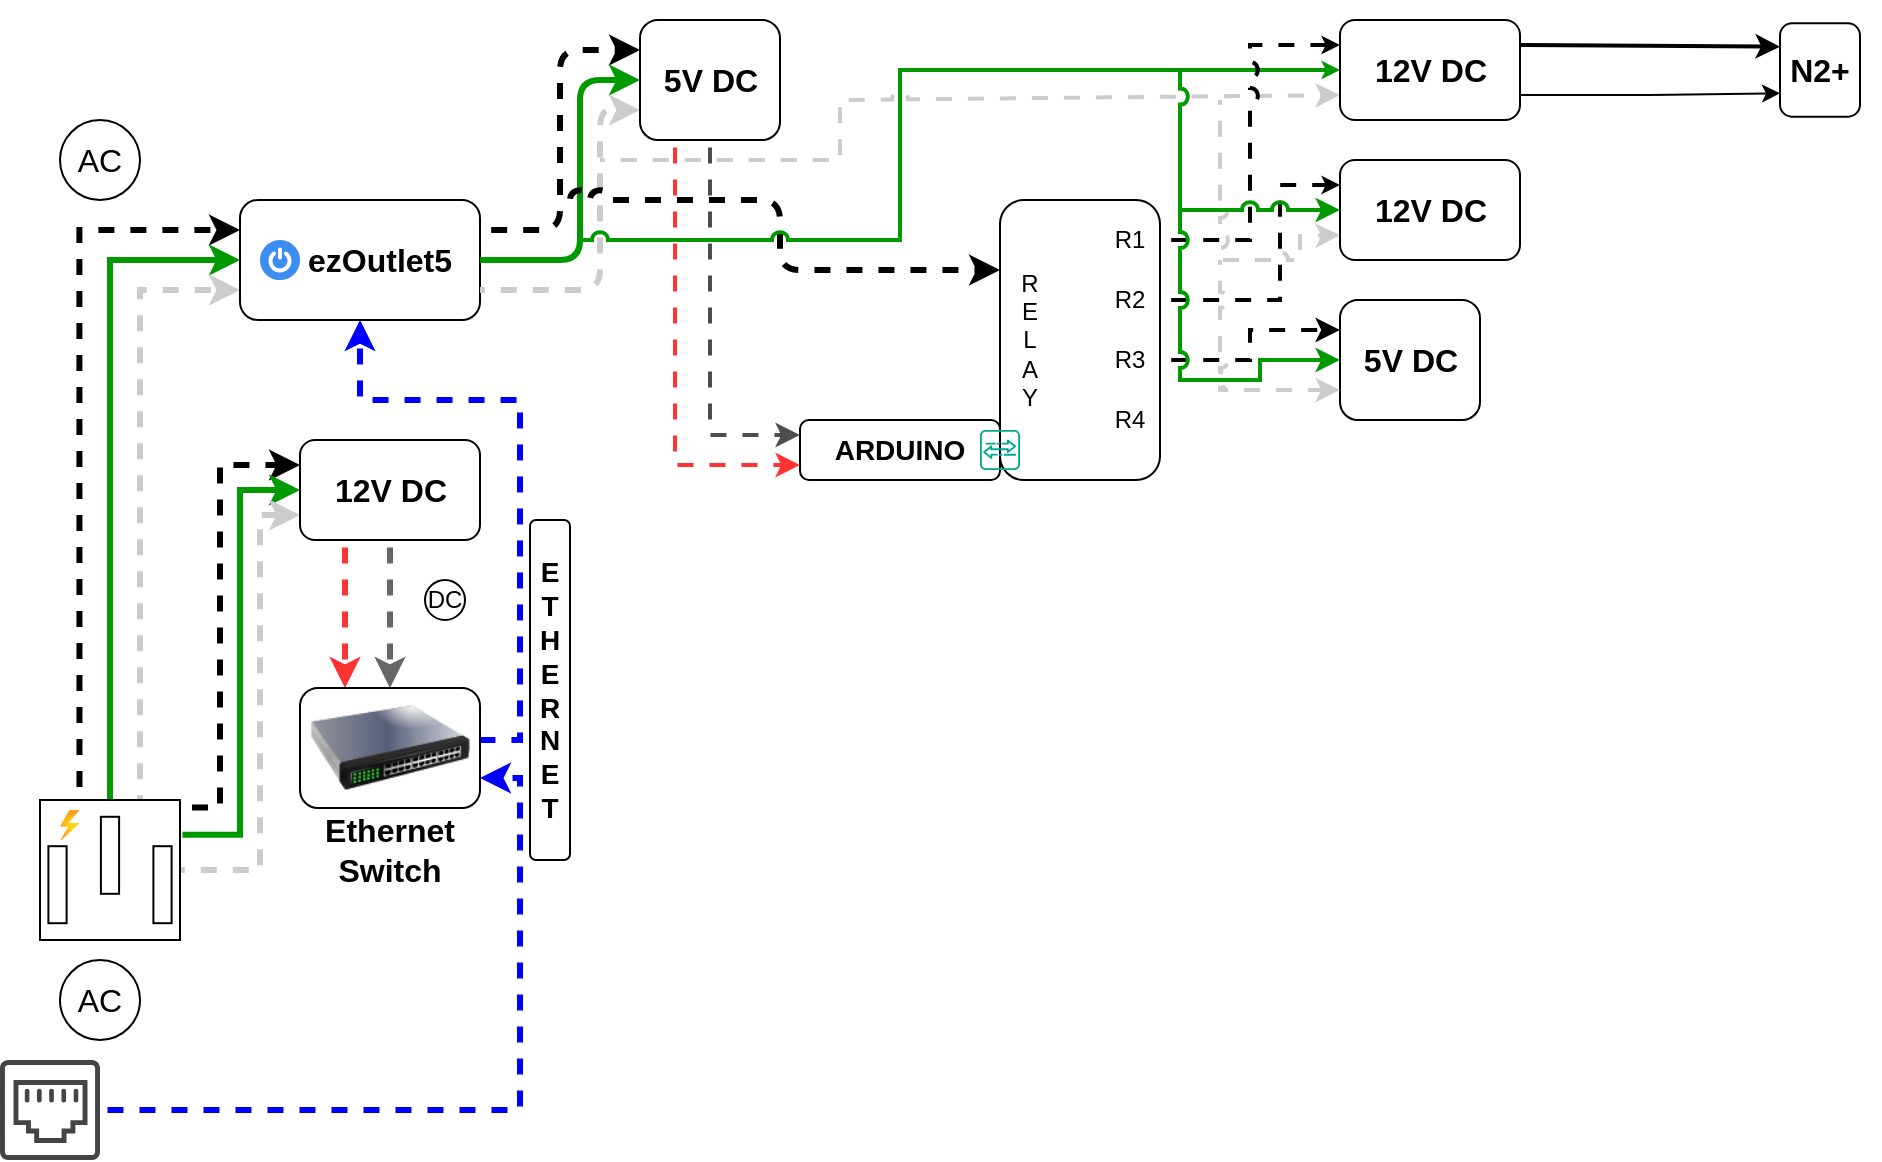
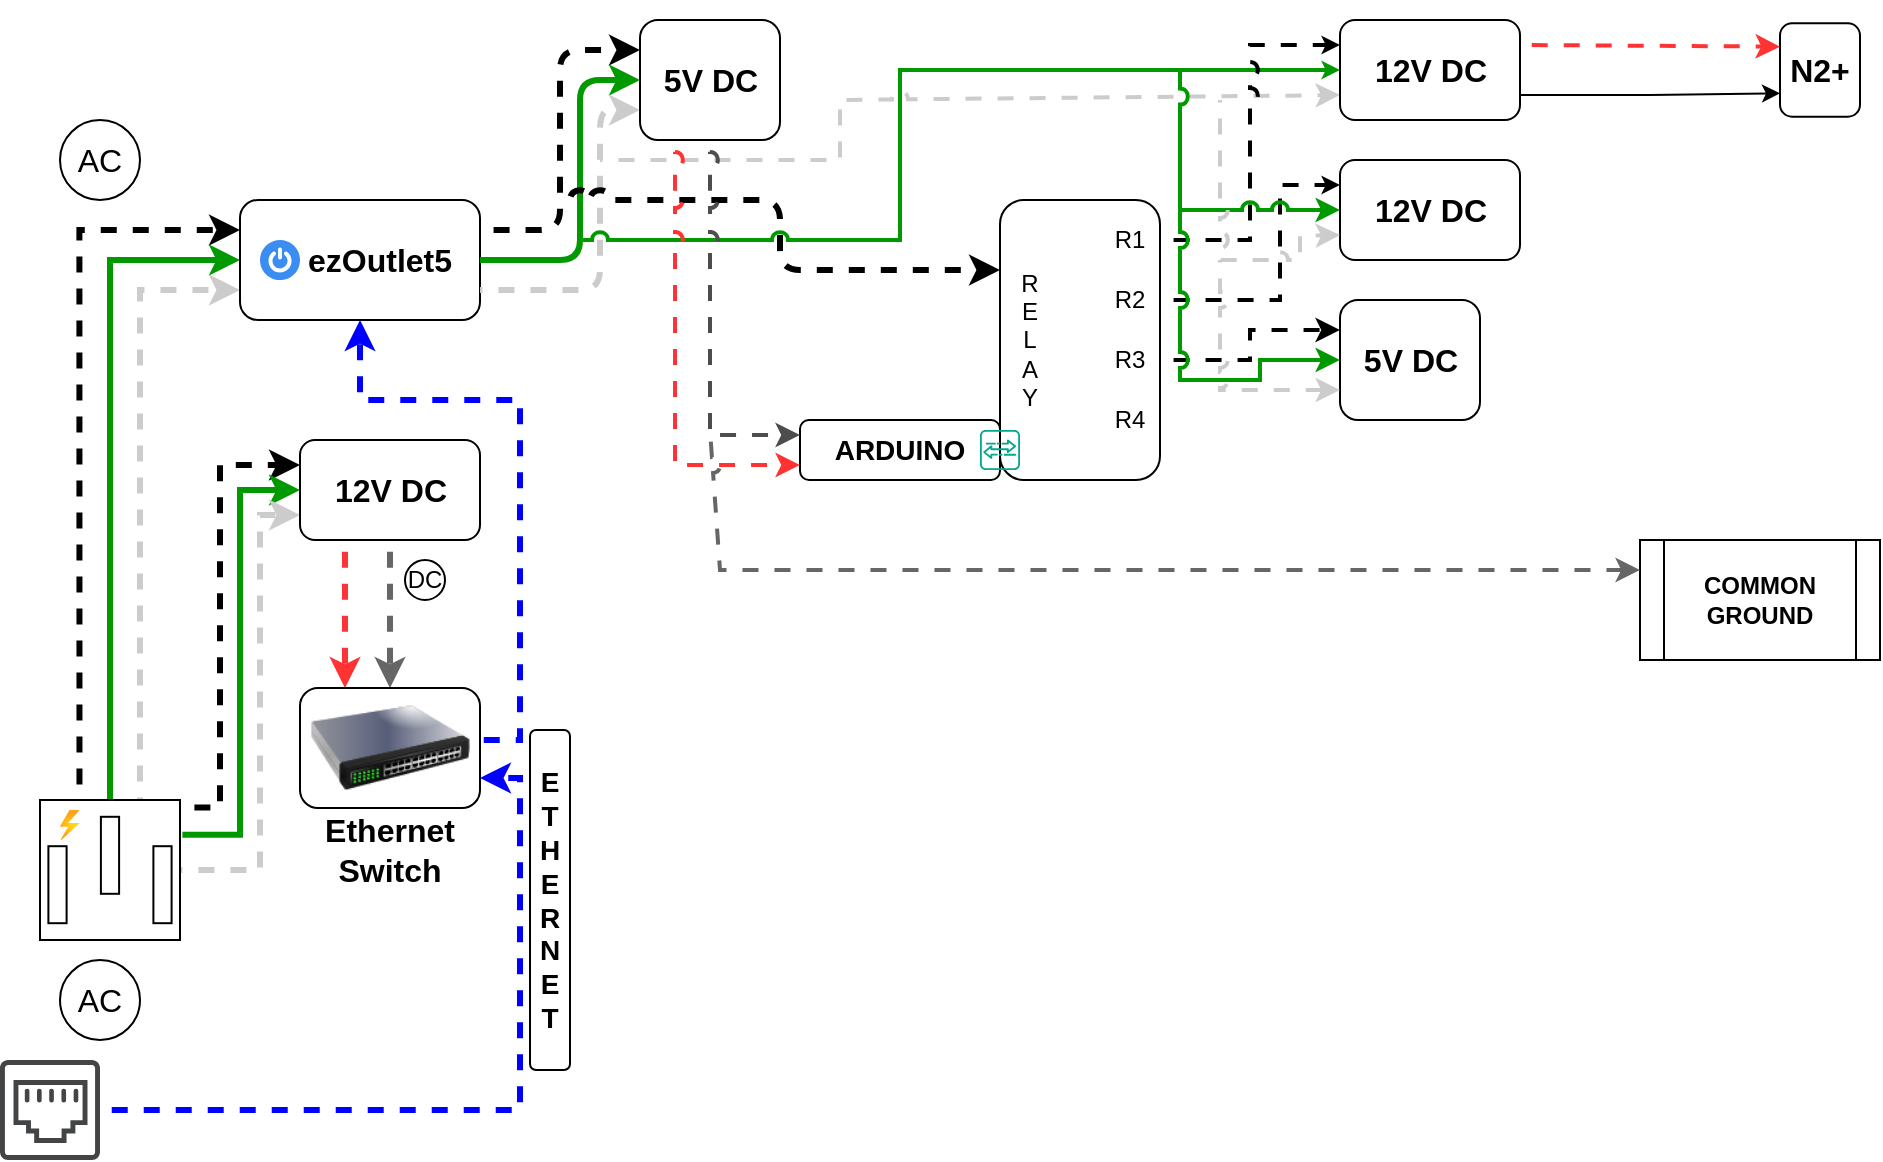
<mxfile host="app.diagrams.net" agent="Mozilla/5.0 (Windows NT 10.0; Win64; x64) AppleWebKit/537.36 (KHTML, like Gecko) Chrome/131.0.0.0 Safari/537.36 Edg/131.0.0.0" version="25.0.3">
  <diagram name="Page-1" id="VlRkN-xOVygPYa-iD9Ir">
-     <mxGraphModel dx="500" dy="313" grid="1" gridSize="10" guides="1" tooltips="1" connect="1" arrows="1" fold="1" page="1" pageScale="1" pageWidth="1600" pageHeight="900" background="none" math="0" shadow="0">
+     <mxGraphModel dx="724" dy="454" grid="1" gridSize="10" guides="1" tooltips="1" connect="1" arrows="1" fold="1" page="1" pageScale="1" pageWidth="1600" pageHeight="900" background="none" math="0" shadow="0">
      <root>
        <mxCell id="0" />
        <mxCell id="1" parent="0" />
        <mxCell id="JVLtuT8sySUBbFbLTn6r-3" style="edgeStyle=orthogonalEdgeStyle;rounded=0;orthogonalLoop=1;jettySize=auto;html=1;entryX=0;entryY=0.25;entryDx=0;entryDy=0;exitX=0.282;exitY=-0.013;exitDx=0;exitDy=0;exitPerimeter=0;strokeWidth=3;flowAnimation=1;flowAnimationDirection=alternate;flowAnimationTimingFunction=ease-in-out;flowAnimationDuration=1500;" parent="1" source="pD8juBFKP1GN8B8eYQTb-1" target="pD8juBFKP1GN8B8eYQTb-3" edge="1">
          <mxGeometry relative="1" as="geometry" />
        </mxCell>
        <mxCell id="JVLtuT8sySUBbFbLTn6r-4" style="edgeStyle=orthogonalEdgeStyle;rounded=0;orthogonalLoop=1;jettySize=auto;html=1;exitX=0.5;exitY=0;exitDx=0;exitDy=0;exitPerimeter=0;entryX=0;entryY=0.5;entryDx=0;entryDy=0;strokeColor=#009900;strokeWidth=3;" parent="1" source="pD8juBFKP1GN8B8eYQTb-1" target="pD8juBFKP1GN8B8eYQTb-3" edge="1">
          <mxGeometry relative="1" as="geometry" />
        </mxCell>
        <mxCell id="JVLtuT8sySUBbFbLTn6r-5" style="edgeStyle=orthogonalEdgeStyle;rounded=0;orthogonalLoop=1;jettySize=auto;html=1;entryX=0;entryY=0.75;entryDx=0;entryDy=0;exitX=0.714;exitY=0;exitDx=0;exitDy=0;exitPerimeter=0;strokeWidth=3;strokeColor=#CCCCCC;flowAnimation=1;flowAnimationDirection=alternate-reverse;flowAnimationTimingFunction=ease-in-out;flowAnimationDuration=1500;" parent="1" source="pD8juBFKP1GN8B8eYQTb-1" target="pD8juBFKP1GN8B8eYQTb-3" edge="1">
          <mxGeometry relative="1" as="geometry">
            <mxPoint x="120" y="320" as="targetPoint" />
          </mxGeometry>
        </mxCell>
        <mxCell id="JVLtuT8sySUBbFbLTn6r-6" style="edgeStyle=orthogonalEdgeStyle;rounded=0;orthogonalLoop=1;jettySize=auto;html=1;entryX=0;entryY=0.25;entryDx=0;entryDy=0;exitX=1.006;exitY=0.054;exitDx=0;exitDy=0;exitPerimeter=0;strokeWidth=3;flowAnimation=1;flowAnimationDirection=alternate;flowAnimationTimingFunction=ease-in-out;flowAnimationDuration=1500;" parent="1" source="pD8juBFKP1GN8B8eYQTb-1" target="pD8juBFKP1GN8B8eYQTb-24" edge="1">
          <mxGeometry relative="1" as="geometry">
            <Array as="points">
              <mxPoint x="120" y="404" />
              <mxPoint x="120" y="233" />
            </Array>
          </mxGeometry>
        </mxCell>
        <mxCell id="JVLtuT8sySUBbFbLTn6r-7" style="edgeStyle=orthogonalEdgeStyle;rounded=0;orthogonalLoop=1;jettySize=auto;html=1;entryX=0;entryY=0.5;entryDx=0;entryDy=0;exitX=1.017;exitY=0.249;exitDx=0;exitDy=0;exitPerimeter=0;strokeWidth=3;strokeColor=#009900;" parent="1" source="pD8juBFKP1GN8B8eYQTb-1" target="pD8juBFKP1GN8B8eYQTb-24" edge="1">
          <mxGeometry relative="1" as="geometry" />
        </mxCell>
        <mxCell id="JVLtuT8sySUBbFbLTn6r-8" style="edgeStyle=orthogonalEdgeStyle;rounded=0;orthogonalLoop=1;jettySize=auto;html=1;entryX=0;entryY=0.75;entryDx=0;entryDy=0;strokeColor=#CCCCCC;strokeWidth=3;flowAnimation=1;flowAnimationDirection=alternate-reverse;flowAnimationTimingFunction=ease-in-out;flowAnimationDuration=1500;" parent="1" source="pD8juBFKP1GN8B8eYQTb-1" target="pD8juBFKP1GN8B8eYQTb-24" edge="1">
          <mxGeometry relative="1" as="geometry">
            <Array as="points">
              <mxPoint x="140" y="435" />
              <mxPoint x="140" y="258" />
            </Array>
          </mxGeometry>
        </mxCell>
        <mxCell id="JVLtuT8sySUBbFbLTn6r-1" value="" style="group" parent="1" vertex="1" connectable="0">
          <mxGeometry x="30" y="480" width="60" height="40" as="geometry" />
        </mxCell>
        <mxCell id="pD8juBFKP1GN8B8eYQTb-22" value="AC" style="text;html=1;align=center;verticalAlign=middle;whiteSpace=wrap;rounded=0;fontSize=16;" parent="JVLtuT8sySUBbFbLTn6r-1" vertex="1">
          <mxGeometry y="5" width="60" height="30" as="geometry" />
        </mxCell>
        <mxCell id="pD8juBFKP1GN8B8eYQTb-23" value="" style="ellipse;whiteSpace=wrap;html=1;fillColor=none;" parent="JVLtuT8sySUBbFbLTn6r-1" vertex="1">
          <mxGeometry x="10" width="40" height="40" as="geometry" />
        </mxCell>
        <mxCell id="JVLtuT8sySUBbFbLTn6r-2" value="" style="group" parent="1" vertex="1" connectable="0">
          <mxGeometry x="30" y="60" width="60" height="40" as="geometry" />
        </mxCell>
        <mxCell id="pD8juBFKP1GN8B8eYQTb-9" value="" style="ellipse;whiteSpace=wrap;html=1;fillColor=none;" parent="JVLtuT8sySUBbFbLTn6r-2" vertex="1">
          <mxGeometry x="10" width="40" height="40" as="geometry" />
        </mxCell>
        <mxCell id="pD8juBFKP1GN8B8eYQTb-11" value="AC" style="text;html=1;align=center;verticalAlign=middle;whiteSpace=wrap;rounded=0;fontSize=16;" parent="JVLtuT8sySUBbFbLTn6r-2" vertex="1">
          <mxGeometry y="5" width="60" height="30" as="geometry" />
        </mxCell>
        <mxCell id="JVLtuT8sySUBbFbLTn6r-9" value="" style="group" parent="1" vertex="1" connectable="0">
          <mxGeometry x="130" y="100" width="120" height="60" as="geometry" />
        </mxCell>
        <mxCell id="JVLtuT8sySUBbFbLTn6r-16" value="" style="group" parent="JVLtuT8sySUBbFbLTn6r-9" vertex="1" connectable="0">
          <mxGeometry width="120" height="60" as="geometry" />
        </mxCell>
        <mxCell id="pD8juBFKP1GN8B8eYQTb-3" value="" style="rounded=1;whiteSpace=wrap;html=1;" parent="JVLtuT8sySUBbFbLTn6r-16" vertex="1">
          <mxGeometry width="120" height="60" as="geometry" />
        </mxCell>
        <mxCell id="JVLtuT8sySUBbFbLTn6r-13" value="" style="sketch=0;html=1;aspect=fixed;strokeColor=none;shadow=0;fillColor=#3B8DF1;verticalAlign=top;labelPosition=center;verticalLabelPosition=bottom;shape=mxgraph.gcp2.a7_power" parent="JVLtuT8sySUBbFbLTn6r-16" vertex="1">
          <mxGeometry x="10" y="20" width="20" height="20" as="geometry" />
        </mxCell>
        <mxCell id="pD8juBFKP1GN8B8eYQTb-15" value="&lt;b&gt;ezOutlet5&lt;/b&gt;" style="text;html=1;align=center;verticalAlign=middle;whiteSpace=wrap;rounded=0;fontSize=16;" parent="JVLtuT8sySUBbFbLTn6r-16" vertex="1">
          <mxGeometry x="40" y="10" width="60" height="40" as="geometry" />
        </mxCell>
        <mxCell id="JVLtuT8sySUBbFbLTn6r-11" value="" style="group" parent="1" vertex="1" connectable="0">
          <mxGeometry x="160" y="220" width="90" height="50" as="geometry" />
        </mxCell>
        <mxCell id="JVLtuT8sySUBbFbLTn6r-72" value="" style="group" parent="JVLtuT8sySUBbFbLTn6r-11" vertex="1" connectable="0">
          <mxGeometry width="90" height="50" as="geometry" />
        </mxCell>
        <mxCell id="pD8juBFKP1GN8B8eYQTb-24" value="" style="rounded=1;whiteSpace=wrap;html=1;" parent="JVLtuT8sySUBbFbLTn6r-72" vertex="1">
          <mxGeometry width="90" height="50" as="geometry" />
        </mxCell>
        <mxCell id="JVLtuT8sySUBbFbLTn6r-10" value="&lt;font style=&quot;font-size: 16px;&quot;&gt;&lt;b&gt;12V DC&lt;/b&gt;&lt;/font&gt;" style="text;html=1;align=center;verticalAlign=middle;whiteSpace=wrap;rounded=0;" parent="JVLtuT8sySUBbFbLTn6r-72" vertex="1">
          <mxGeometry x="15.75" y="10" width="58.5" height="30" as="geometry" />
        </mxCell>
        <mxCell id="JVLtuT8sySUBbFbLTn6r-18" value="" style="group" parent="1" vertex="1" connectable="0">
          <mxGeometry x="30" y="400" width="70" height="70" as="geometry" />
        </mxCell>
        <mxCell id="pD8juBFKP1GN8B8eYQTb-1" value="" style="pointerEvents=1;verticalLabelPosition=bottom;shadow=0;dashed=0;align=center;html=1;verticalAlign=top;shape=mxgraph.electrical.miscellaneous.ac_out" parent="JVLtuT8sySUBbFbLTn6r-18" vertex="1">
          <mxGeometry width="70" height="70" as="geometry" />
        </mxCell>
        <mxCell id="JVLtuT8sySUBbFbLTn6r-12" value="" style="image;aspect=fixed;html=1;points=[];align=center;fontSize=12;image=img/lib/azure2/general/Power.svg;" parent="JVLtuT8sySUBbFbLTn6r-18" vertex="1">
          <mxGeometry x="10" y="5" width="9.72" height="15" as="geometry" />
        </mxCell>
        <mxCell id="JVLtuT8sySUBbFbLTn6r-23" style="edgeStyle=orthogonalEdgeStyle;rounded=0;orthogonalLoop=1;jettySize=auto;html=1;entryX=0.25;entryY=0;entryDx=0;entryDy=0;exitX=0.25;exitY=1;exitDx=0;exitDy=0;strokeColor=#FF3333;strokeWidth=3;flowAnimation=1;" parent="1" source="pD8juBFKP1GN8B8eYQTb-24" target="JVLtuT8sySUBbFbLTn6r-19" edge="1">
          <mxGeometry relative="1" as="geometry" />
        </mxCell>
        <mxCell id="JVLtuT8sySUBbFbLTn6r-28" value="" style="group" parent="1" vertex="1" connectable="0">
-           <mxGeometry x="220" y="290" width="25" height="20" as="geometry" />
+           <mxGeometry x="210" y="280" width="25" height="20" as="geometry" />
        </mxCell>
        <mxCell id="JVLtuT8sySUBbFbLTn6r-26" value="" style="ellipse;whiteSpace=wrap;html=1;aspect=fixed;" parent="JVLtuT8sySUBbFbLTn6r-28" vertex="1">
          <mxGeometry x="2.5" width="20" height="20" as="geometry" />
        </mxCell>
        <mxCell id="JVLtuT8sySUBbFbLTn6r-27" value="&lt;font&gt;DC&lt;/font&gt;" style="text;html=1;align=center;verticalAlign=middle;whiteSpace=wrap;rounded=0;" parent="JVLtuT8sySUBbFbLTn6r-28" vertex="1">
          <mxGeometry y="2.5" width="25" height="15" as="geometry" />
        </mxCell>
        <mxCell id="JVLtuT8sySUBbFbLTn6r-29" style="edgeStyle=orthogonalEdgeStyle;rounded=0;orthogonalLoop=1;jettySize=auto;html=1;exitX=0.5;exitY=1;exitDx=0;exitDy=0;entryX=0.5;entryY=0;entryDx=0;entryDy=0;strokeWidth=3;flowAnimation=1;strokeColor=#666666;" parent="1" source="pD8juBFKP1GN8B8eYQTb-24" target="JVLtuT8sySUBbFbLTn6r-19" edge="1">
          <mxGeometry relative="1" as="geometry" />
        </mxCell>
        <mxCell id="JVLtuT8sySUBbFbLTn6r-30" style="edgeStyle=orthogonalEdgeStyle;rounded=0;orthogonalLoop=1;jettySize=auto;html=1;exitX=1;exitY=0.5;exitDx=0;exitDy=0;entryX=0.5;entryY=1;entryDx=0;entryDy=0;strokeColor=#0000FF;strokeWidth=3;flowAnimation=1;" parent="1" source="JVLtuT8sySUBbFbLTn6r-19" target="pD8juBFKP1GN8B8eYQTb-3" edge="1">
          <mxGeometry relative="1" as="geometry">
            <Array as="points">
              <mxPoint x="270" y="370" />
              <mxPoint x="270" y="200" />
              <mxPoint x="190" y="200" />
            </Array>
          </mxGeometry>
        </mxCell>
        <mxCell id="JVLtuT8sySUBbFbLTn6r-33" value="" style="rounded=1;whiteSpace=wrap;html=1;" parent="1" vertex="1">
          <mxGeometry x="510" y="100" width="80" height="140" as="geometry" />
        </mxCell>
        <mxCell id="JVLtuT8sySUBbFbLTn6r-35" style="edgeStyle=orthogonalEdgeStyle;rounded=1;orthogonalLoop=1;jettySize=auto;html=1;exitX=1;exitY=0.25;exitDx=0;exitDy=0;entryX=0;entryY=0.25;entryDx=0;entryDy=0;curved=0;strokeWidth=3;flowAnimation=1;flowAnimationDirection=alternate;flowAnimationTimingFunction=ease-in-out;flowAnimationDuration=1500;" parent="1" source="pD8juBFKP1GN8B8eYQTb-3" target="JVLtuT8sySUBbFbLTn6r-34" edge="1">
          <mxGeometry relative="1" as="geometry" />
        </mxCell>
        <mxCell id="JVLtuT8sySUBbFbLTn6r-36" style="edgeStyle=orthogonalEdgeStyle;rounded=1;orthogonalLoop=1;jettySize=auto;html=1;exitX=1;exitY=0.5;exitDx=0;exitDy=0;entryX=0;entryY=0.5;entryDx=0;entryDy=0;curved=0;strokeWidth=3;strokeColor=#009900;" parent="1" source="pD8juBFKP1GN8B8eYQTb-3" target="JVLtuT8sySUBbFbLTn6r-34" edge="1">
          <mxGeometry relative="1" as="geometry">
            <Array as="points">
              <mxPoint x="300" y="130" />
              <mxPoint x="300" y="40" />
            </Array>
          </mxGeometry>
        </mxCell>
        <mxCell id="JVLtuT8sySUBbFbLTn6r-37" style="edgeStyle=orthogonalEdgeStyle;rounded=1;orthogonalLoop=1;jettySize=auto;html=1;exitX=1;exitY=0.75;exitDx=0;exitDy=0;entryX=0;entryY=0.75;entryDx=0;entryDy=0;curved=0;strokeColor=#CCCCCC;strokeWidth=3;flowAnimation=1;flowAnimationDirection=alternate-reverse;flowAnimationTimingFunction=ease-in-out;flowAnimationDuration=1500;" parent="1" source="pD8juBFKP1GN8B8eYQTb-3" target="JVLtuT8sySUBbFbLTn6r-34" edge="1">
          <mxGeometry relative="1" as="geometry">
            <Array as="points">
              <mxPoint x="310" y="145" />
              <mxPoint x="310" y="55" />
            </Array>
          </mxGeometry>
        </mxCell>
        <mxCell id="JVLtuT8sySUBbFbLTn6r-40" value="" style="endArrow=classic;html=1;rounded=1;curved=0;entryX=0;entryY=0.25;entryDx=0;entryDy=0;jumpStyle=arc;strokeWidth=3;flowAnimation=1;flowAnimationDirection=alternate;flowAnimationTimingFunction=ease-in-out;flowAnimationDuration=1500;" parent="1" target="JVLtuT8sySUBbFbLTn6r-33" edge="1">
          <mxGeometry width="50" height="50" relative="1" as="geometry">
            <mxPoint x="290" y="100" as="sourcePoint" />
            <mxPoint x="410" y="170" as="targetPoint" />
            <Array as="points">
              <mxPoint x="400" y="100" />
              <mxPoint x="400" y="135" />
            </Array>
          </mxGeometry>
        </mxCell>
        <mxCell id="JVLtuT8sySUBbFbLTn6r-51" value="" style="group" parent="1" vertex="1" connectable="0">
          <mxGeometry x="160" y="344" width="90" height="96" as="geometry" />
        </mxCell>
        <mxCell id="JVLtuT8sySUBbFbLTn6r-21" value="" style="group" parent="JVLtuT8sySUBbFbLTn6r-51" vertex="1" connectable="0">
          <mxGeometry width="90" height="70" as="geometry" />
        </mxCell>
        <mxCell id="JVLtuT8sySUBbFbLTn6r-50" value="" style="group" parent="JVLtuT8sySUBbFbLTn6r-21" vertex="1" connectable="0">
          <mxGeometry width="90" height="70" as="geometry" />
        </mxCell>
        <mxCell id="JVLtuT8sySUBbFbLTn6r-19" value="" style="rounded=1;whiteSpace=wrap;html=1;" parent="JVLtuT8sySUBbFbLTn6r-50" vertex="1">
          <mxGeometry width="90" height="60" as="geometry" />
        </mxCell>
        <mxCell id="JVLtuT8sySUBbFbLTn6r-49" value="" style="image;html=1;image=img/lib/clip_art/networking/Switch_128x128.png" parent="JVLtuT8sySUBbFbLTn6r-50" vertex="1">
          <mxGeometry x="5" y="-10" width="80" height="80" as="geometry" />
        </mxCell>
        <mxCell id="JVLtuT8sySUBbFbLTn6r-20" value="&lt;b&gt;&lt;font style=&quot;font-size: 16px;&quot;&gt;Ethernet&lt;/font&gt;&lt;/b&gt;&lt;div&gt;&lt;b&gt;&lt;font style=&quot;font-size: 16px;&quot;&gt;Switch&lt;/font&gt;&lt;/b&gt;&lt;/div&gt;" style="text;html=1;align=center;verticalAlign=middle;whiteSpace=wrap;rounded=0;" parent="JVLtuT8sySUBbFbLTn6r-51" vertex="1">
          <mxGeometry x="15" y="66" width="60" height="30" as="geometry" />
        </mxCell>
        <mxCell id="JVLtuT8sySUBbFbLTn6r-53" value="" style="group" parent="1" vertex="1" connectable="0">
          <mxGeometry x="330" y="10" width="70" height="60" as="geometry" />
        </mxCell>
        <mxCell id="JVLtuT8sySUBbFbLTn6r-71" value="" style="group" parent="JVLtuT8sySUBbFbLTn6r-53" vertex="1" connectable="0">
          <mxGeometry width="70" height="60" as="geometry" />
        </mxCell>
        <mxCell id="JVLtuT8sySUBbFbLTn6r-34" value="" style="rounded=1;whiteSpace=wrap;html=1;" parent="JVLtuT8sySUBbFbLTn6r-71" vertex="1">
          <mxGeometry width="70" height="60" as="geometry" />
        </mxCell>
        <mxCell id="JVLtuT8sySUBbFbLTn6r-52" value="&lt;font style=&quot;font-size: 16px;&quot;&gt;&lt;b&gt;5&lt;/b&gt;&lt;/font&gt;&lt;b style=&quot;font-size: 16px; background-color: initial;&quot;&gt;V DC&lt;/b&gt;" style="text;html=1;align=center;verticalAlign=middle;whiteSpace=wrap;rounded=0;" parent="JVLtuT8sySUBbFbLTn6r-71" vertex="1">
          <mxGeometry x="5.75" y="15" width="58.5" height="30" as="geometry" />
        </mxCell>
        <mxCell id="JVLtuT8sySUBbFbLTn6r-54" value="" style="endArrow=classic;html=1;rounded=0;entryX=0;entryY=0.5;entryDx=0;entryDy=0;jumpStyle=arc;strokeColor=#009900;strokeWidth=2;endSize=3;" parent="1" target="JVLtuT8sySUBbFbLTn6r-74" edge="1">
          <mxGeometry width="50" height="50" relative="1" as="geometry">
            <mxPoint x="300" y="120" as="sourcePoint" />
            <mxPoint x="350" y="80" as="targetPoint" />
            <Array as="points">
              <mxPoint x="460" y="120" />
              <mxPoint x="460" y="35" />
            </Array>
          </mxGeometry>
        </mxCell>
        <mxCell id="JVLtuT8sySUBbFbLTn6r-55" value="" style="endArrow=classic;html=1;rounded=0;entryX=0;entryY=0.75;entryDx=0;entryDy=0;strokeColor=#CCCCCC;strokeWidth=2;jumpStyle=arc;flowAnimation=1;flowAnimationDirection=alternate-reverse;flowAnimationTimingFunction=ease-in-out;flowAnimationDuration=1500;" parent="1" target="JVLtuT8sySUBbFbLTn6r-74" edge="1">
          <mxGeometry width="50" height="50" relative="1" as="geometry">
            <mxPoint x="310" y="80" as="sourcePoint" />
            <mxPoint x="350" y="140" as="targetPoint" />
            <Array as="points">
              <mxPoint x="430" y="80" />
              <mxPoint x="430" y="50" />
              <mxPoint x="520" y="50" />
            </Array>
          </mxGeometry>
        </mxCell>
        <mxCell id="JVLtuT8sySUBbFbLTn6r-56" value="R&lt;div&gt;E&lt;/div&gt;&lt;div&gt;L&lt;/div&gt;&lt;div&gt;A&lt;/div&gt;&lt;div&gt;Y&lt;/div&gt;" style="text;html=1;align=center;verticalAlign=middle;whiteSpace=wrap;rounded=0;" parent="1" vertex="1">
          <mxGeometry x="510" y="135" width="30" height="70" as="geometry" />
        </mxCell>
        <mxCell id="JVLtuT8sySUBbFbLTn6r-79" style="edgeStyle=orthogonalEdgeStyle;rounded=0;orthogonalLoop=1;jettySize=auto;html=1;exitX=1;exitY=0.5;exitDx=0;exitDy=0;entryX=0;entryY=0.25;entryDx=0;entryDy=0;strokeWidth=2;flowAnimation=1;flowAnimationDirection=alternate;flowAnimationTimingFunction=ease-in-out;flowAnimationDuration=1500;jumpStyle=arc;endSize=3;" parent="1" source="JVLtuT8sySUBbFbLTn6r-57" target="JVLtuT8sySUBbFbLTn6r-74" edge="1">
          <mxGeometry relative="1" as="geometry" />
        </mxCell>
        <mxCell id="JVLtuT8sySUBbFbLTn6r-57" value="R1" style="text;html=1;align=center;verticalAlign=middle;whiteSpace=wrap;rounded=0;" parent="1" vertex="1">
          <mxGeometry x="560" y="105" width="30" height="30" as="geometry" />
        </mxCell>
        <mxCell id="JVLtuT8sySUBbFbLTn6r-80" style="edgeStyle=orthogonalEdgeStyle;rounded=0;orthogonalLoop=1;jettySize=auto;html=1;exitX=1;exitY=0.5;exitDx=0;exitDy=0;entryX=0;entryY=0.25;entryDx=0;entryDy=0;strokeWidth=2;flowAnimation=1;flowAnimationDirection=alternate;flowAnimationTimingFunction=ease-in-out;flowAnimationDuration=1500;endSize=3;jumpStyle=arc;" parent="1" source="JVLtuT8sySUBbFbLTn6r-58" target="JVLtuT8sySUBbFbLTn6r-77" edge="1">
          <mxGeometry relative="1" as="geometry">
            <Array as="points">
              <mxPoint x="650" y="150" />
              <mxPoint x="650" y="93" />
            </Array>
          </mxGeometry>
        </mxCell>
        <mxCell id="JVLtuT8sySUBbFbLTn6r-58" value="R2" style="text;html=1;align=center;verticalAlign=middle;whiteSpace=wrap;rounded=0;" parent="1" vertex="1">
          <mxGeometry x="560" y="135" width="30" height="30" as="geometry" />
        </mxCell>
        <mxCell id="JVLtuT8sySUBbFbLTn6r-81" style="edgeStyle=orthogonalEdgeStyle;rounded=0;orthogonalLoop=1;jettySize=auto;html=1;exitX=1;exitY=0.5;exitDx=0;exitDy=0;entryX=0;entryY=0.25;entryDx=0;entryDy=0;strokeWidth=2;flowAnimation=1;flowAnimationDirection=alternate;flowAnimationTimingFunction=ease-in-out;flowAnimationDuration=1500;jumpStyle=arc;" parent="1" source="JVLtuT8sySUBbFbLTn6r-59" target="JVLtuT8sySUBbFbLTn6r-63" edge="1">
          <mxGeometry relative="1" as="geometry" />
        </mxCell>
        <mxCell id="JVLtuT8sySUBbFbLTn6r-59" value="R3" style="text;html=1;align=center;verticalAlign=middle;whiteSpace=wrap;rounded=0;" parent="1" vertex="1">
          <mxGeometry x="560" y="165" width="30" height="30" as="geometry" />
        </mxCell>
        <mxCell id="JVLtuT8sySUBbFbLTn6r-60" value="R4" style="text;html=1;align=center;verticalAlign=middle;whiteSpace=wrap;rounded=0;" parent="1" vertex="1">
          <mxGeometry x="560" y="195" width="30" height="30" as="geometry" />
        </mxCell>
        <mxCell id="JVLtuT8sySUBbFbLTn6r-67" value="" style="group" parent="1" vertex="1" connectable="0">
          <mxGeometry x="680" y="150" width="70" height="60" as="geometry" />
        </mxCell>
        <mxCell id="JVLtuT8sySUBbFbLTn6r-63" value="" style="rounded=1;whiteSpace=wrap;html=1;" parent="JVLtuT8sySUBbFbLTn6r-67" vertex="1">
          <mxGeometry width="70" height="60" as="geometry" />
        </mxCell>
        <mxCell id="JVLtuT8sySUBbFbLTn6r-62" value="" style="group" parent="JVLtuT8sySUBbFbLTn6r-67" vertex="1" connectable="0">
          <mxGeometry width="70" height="60" as="geometry" />
        </mxCell>
        <mxCell id="JVLtuT8sySUBbFbLTn6r-64" value="&lt;font style=&quot;font-size: 16px;&quot;&gt;&lt;b&gt;5&lt;/b&gt;&lt;/font&gt;&lt;b style=&quot;font-size: 16px; background-color: initial;&quot;&gt;V DC&lt;/b&gt;" style="text;html=1;align=center;verticalAlign=middle;whiteSpace=wrap;rounded=0;" parent="JVLtuT8sySUBbFbLTn6r-62" vertex="1">
          <mxGeometry x="5.75" y="15" width="58.5" height="30" as="geometry" />
        </mxCell>
        <mxCell id="JVLtuT8sySUBbFbLTn6r-73" value="" style="group" parent="1" vertex="1" connectable="0">
          <mxGeometry x="680" y="10" width="90" height="50" as="geometry" />
        </mxCell>
        <mxCell id="JVLtuT8sySUBbFbLTn6r-74" value="" style="rounded=1;whiteSpace=wrap;html=1;" parent="JVLtuT8sySUBbFbLTn6r-73" vertex="1">
          <mxGeometry width="90" height="50" as="geometry" />
        </mxCell>
        <mxCell id="JVLtuT8sySUBbFbLTn6r-75" value="&lt;font style=&quot;font-size: 16px;&quot;&gt;&lt;b&gt;12V DC&lt;/b&gt;&lt;/font&gt;" style="text;html=1;align=center;verticalAlign=middle;whiteSpace=wrap;rounded=0;" parent="JVLtuT8sySUBbFbLTn6r-73" vertex="1">
          <mxGeometry x="15.75" y="10" width="58.5" height="30" as="geometry" />
        </mxCell>
        <mxCell id="JVLtuT8sySUBbFbLTn6r-76" value="" style="group" parent="1" vertex="1" connectable="0">
          <mxGeometry x="680" y="80" width="90" height="50" as="geometry" />
        </mxCell>
        <mxCell id="JVLtuT8sySUBbFbLTn6r-77" value="" style="rounded=1;whiteSpace=wrap;html=1;" parent="JVLtuT8sySUBbFbLTn6r-76" vertex="1">
          <mxGeometry width="90" height="50" as="geometry" />
        </mxCell>
        <mxCell id="JVLtuT8sySUBbFbLTn6r-78" value="&lt;font style=&quot;font-size: 16px;&quot;&gt;&lt;b&gt;12V DC&lt;/b&gt;&lt;/font&gt;" style="text;html=1;align=center;verticalAlign=middle;whiteSpace=wrap;rounded=0;" parent="JVLtuT8sySUBbFbLTn6r-76" vertex="1">
          <mxGeometry x="15.75" y="10" width="58.5" height="30" as="geometry" />
        </mxCell>
        <mxCell id="JVLtuT8sySUBbFbLTn6r-82" value="" style="endArrow=classic;html=1;rounded=0;entryX=0;entryY=0.5;entryDx=0;entryDy=0;jumpStyle=arc;strokeColor=#009900;strokeWidth=2;" parent="1" target="JVLtuT8sySUBbFbLTn6r-77" edge="1">
          <mxGeometry width="50" height="50" relative="1" as="geometry">
            <mxPoint x="600" y="35" as="sourcePoint" />
            <mxPoint x="660" y="105" as="targetPoint" />
            <Array as="points">
              <mxPoint x="600" y="105" />
            </Array>
          </mxGeometry>
        </mxCell>
        <mxCell id="JVLtuT8sySUBbFbLTn6r-83" value="" style="endArrow=classic;html=1;rounded=0;entryX=0;entryY=0.75;entryDx=0;entryDy=0;strokeWidth=2;strokeColor=#CCCCCC;flowAnimation=1;flowAnimationTimingFunction=ease-in-out;flowAnimationDirection=alternate-reverse;jumpStyle=arc;flowAnimationDuration=1500;" parent="1" target="JVLtuT8sySUBbFbLTn6r-77" edge="1">
          <mxGeometry width="50" height="50" relative="1" as="geometry">
            <mxPoint x="620" y="50" as="sourcePoint" />
            <mxPoint x="480" y="40" as="targetPoint" />
            <Array as="points">
              <mxPoint x="620" y="130" />
              <mxPoint x="660" y="130" />
              <mxPoint x="660" y="118" />
            </Array>
          </mxGeometry>
        </mxCell>
        <mxCell id="JVLtuT8sySUBbFbLTn6r-88" value="" style="endArrow=classic;html=1;rounded=0;entryX=0;entryY=0.5;entryDx=0;entryDy=0;strokeColor=#009900;strokeWidth=2;jumpStyle=arc;" parent="1" target="JVLtuT8sySUBbFbLTn6r-63" edge="1">
          <mxGeometry width="50" height="50" relative="1" as="geometry">
            <mxPoint x="600" y="100" as="sourcePoint" />
            <mxPoint x="600" y="140" as="targetPoint" />
            <Array as="points">
              <mxPoint x="600" y="190" />
              <mxPoint x="640" y="190" />
              <mxPoint x="640" y="180" />
            </Array>
          </mxGeometry>
        </mxCell>
        <mxCell id="JVLtuT8sySUBbFbLTn6r-89" value="" style="endArrow=classic;html=1;rounded=0;entryX=0;entryY=0.75;entryDx=0;entryDy=0;strokeWidth=2;strokeColor=#CCCCCC;flowAnimation=1;jumpStyle=arc;flowAnimationTimingFunction=ease-in-out;flowAnimationDirection=alternate-reverse;flowAnimationDuration=1500;" parent="1" target="JVLtuT8sySUBbFbLTn6r-63" edge="1">
          <mxGeometry width="50" height="50" relative="1" as="geometry">
            <mxPoint x="620" y="130" as="sourcePoint" />
            <mxPoint x="600" y="100" as="targetPoint" />
            <Array as="points">
              <mxPoint x="620" y="195" />
            </Array>
          </mxGeometry>
        </mxCell>
        <mxCell id="JVLtuT8sySUBbFbLTn6r-90" value="&lt;b&gt;&lt;font style=&quot;font-size: 14px;&quot;&gt;ARDUINO&lt;/font&gt;&lt;/b&gt;" style="rounded=1;whiteSpace=wrap;html=1;" parent="1" vertex="1">
          <mxGeometry x="410" y="210" width="100" height="30" as="geometry" />
        </mxCell>
-         <mxCell id="JVLtuT8sySUBbFbLTn6r-91" style="edgeStyle=orthogonalEdgeStyle;rounded=0;orthogonalLoop=1;jettySize=auto;html=1;exitX=0.25;exitY=1;exitDx=0;exitDy=0;entryX=0;entryY=0.75;entryDx=0;entryDy=0;strokeWidth=2;flowAnimation=1;strokeColor=#FF3333;" parent="1" source="JVLtuT8sySUBbFbLTn6r-34" target="JVLtuT8sySUBbFbLTn6r-90" edge="1">
-           <mxGeometry relative="1" as="geometry" />
-         </mxCell>
-         <mxCell id="JVLtuT8sySUBbFbLTn6r-92" style="edgeStyle=orthogonalEdgeStyle;rounded=0;orthogonalLoop=1;jettySize=auto;html=1;exitX=0.5;exitY=1;exitDx=0;exitDy=0;entryX=0;entryY=0.25;entryDx=0;entryDy=0;strokeWidth=2;flowAnimation=1;strokeColor=#4D4D4D;" parent="1" source="JVLtuT8sySUBbFbLTn6r-34" target="JVLtuT8sySUBbFbLTn6r-90" edge="1">
+         <mxCell id="JVLtuT8sySUBbFbLTn6r-91" style="edgeStyle=orthogonalEdgeStyle;rounded=0;orthogonalLoop=1;jettySize=auto;html=1;exitX=0.25;exitY=1;exitDx=0;exitDy=0;entryX=0;entryY=0.75;entryDx=0;entryDy=0;strokeWidth=2;flowAnimation=1;strokeColor=#FF3333;jumpStyle=arc;" parent="1" source="JVLtuT8sySUBbFbLTn6r-34" target="JVLtuT8sySUBbFbLTn6r-90" edge="1">
+           <mxGeometry relative="1" as="geometry" />
+         </mxCell>
+         <mxCell id="JVLtuT8sySUBbFbLTn6r-92" style="edgeStyle=orthogonalEdgeStyle;rounded=0;orthogonalLoop=1;jettySize=auto;html=1;exitX=0.5;exitY=1;exitDx=0;exitDy=0;entryX=0;entryY=0.25;entryDx=0;entryDy=0;strokeWidth=2;flowAnimation=1;strokeColor=#4D4D4D;jumpStyle=arc;" parent="1" source="JVLtuT8sySUBbFbLTn6r-34" target="JVLtuT8sySUBbFbLTn6r-90" edge="1">
          <mxGeometry relative="1" as="geometry" />
        </mxCell>
        <mxCell id="JVLtuT8sySUBbFbLTn6r-93" value="" style="sketch=0;outlineConnect=0;fontColor=#232F3E;gradientColor=none;fillColor=#01A88D;strokeColor=none;dashed=0;verticalLabelPosition=bottom;verticalAlign=top;align=center;html=1;fontSize=12;fontStyle=0;aspect=fixed;shape=mxgraph.aws4.agent2;" parent="1" vertex="1">
          <mxGeometry x="500" y="215" width="20" height="20" as="geometry" />
        </mxCell>
        <mxCell id="0aRQkGjj-KWWZOeJOGup-1" value="" style="endArrow=classic;html=1;rounded=0;entryX=1;entryY=0.75;entryDx=0;entryDy=0;strokeWidth=3;strokeColor=#0000FF;flowAnimation=1;jumpStyle=arc;" edge="1" parent="1" source="0aRQkGjj-KWWZOeJOGup-3" target="JVLtuT8sySUBbFbLTn6r-19">
          <mxGeometry width="50" height="50" relative="1" as="geometry">
            <mxPoint x="40" y="560" as="sourcePoint" />
            <mxPoint x="560" y="420" as="targetPoint" />
            <Array as="points">
              <mxPoint x="270" y="555" />
              <mxPoint x="270" y="389" />
            </Array>
          </mxGeometry>
        </mxCell>
        <mxCell id="0aRQkGjj-KWWZOeJOGup-2" value="" style="group" vertex="1" connectable="0" parent="1">
-           <mxGeometry x="270" y="260" width="30" height="170" as="geometry" />
+           <mxGeometry x="270" y="365" width="30" height="170" as="geometry" />
        </mxCell>
        <mxCell id="JVLtuT8sySUBbFbLTn6r-31" value="" style="rounded=1;whiteSpace=wrap;html=1;" parent="0aRQkGjj-KWWZOeJOGup-2" vertex="1">
          <mxGeometry x="5" width="20" height="170" as="geometry" />
        </mxCell>
        <mxCell id="JVLtuT8sySUBbFbLTn6r-32" value="&lt;b&gt;&lt;font style=&quot;font-size: 14px;&quot;&gt;E&lt;/font&gt;&lt;/b&gt;&lt;div&gt;&lt;b&gt;&lt;font style=&quot;font-size: 14px;&quot;&gt;T&lt;/font&gt;&lt;/b&gt;&lt;/div&gt;&lt;div&gt;&lt;b&gt;&lt;font style=&quot;font-size: 14px;&quot;&gt;H&lt;/font&gt;&lt;/b&gt;&lt;/div&gt;&lt;div&gt;&lt;b&gt;&lt;font style=&quot;font-size: 14px;&quot;&gt;E&lt;/font&gt;&lt;/b&gt;&lt;/div&gt;&lt;div&gt;&lt;b&gt;&lt;font style=&quot;font-size: 14px;&quot;&gt;R&lt;/font&gt;&lt;/b&gt;&lt;/div&gt;&lt;div&gt;&lt;b&gt;&lt;font style=&quot;font-size: 14px;&quot;&gt;N&lt;/font&gt;&lt;/b&gt;&lt;/div&gt;&lt;div&gt;&lt;b&gt;&lt;font style=&quot;font-size: 14px;&quot;&gt;E&lt;/font&gt;&lt;/b&gt;&lt;/div&gt;&lt;div&gt;&lt;b&gt;&lt;font style=&quot;font-size: 14px;&quot;&gt;T&lt;/font&gt;&lt;/b&gt;&lt;/div&gt;" style="text;html=1;align=center;verticalAlign=middle;whiteSpace=wrap;rounded=0;" parent="0aRQkGjj-KWWZOeJOGup-2" vertex="1">
          <mxGeometry y="10" width="30" height="150" as="geometry" />
        </mxCell>
        <mxCell id="0aRQkGjj-KWWZOeJOGup-3" value="" style="sketch=0;pointerEvents=1;shadow=0;dashed=0;html=1;strokeColor=none;fillColor=#434445;aspect=fixed;labelPosition=center;verticalLabelPosition=bottom;verticalAlign=top;align=center;outlineConnect=0;shape=mxgraph.vvd.ethernet_port;" vertex="1" parent="1">
          <mxGeometry x="10" y="530" width="50" height="50" as="geometry" />
        </mxCell>
        <mxCell id="0aRQkGjj-KWWZOeJOGup-6" value="" style="group" vertex="1" connectable="0" parent="1">
          <mxGeometry x="890" width="60" height="70" as="geometry" />
        </mxCell>
        <mxCell id="0aRQkGjj-KWWZOeJOGup-4" value="" style="rounded=1;whiteSpace=wrap;html=1;" vertex="1" parent="0aRQkGjj-KWWZOeJOGup-6">
          <mxGeometry x="10" y="11.666666666666668" width="40" height="46.66666666666667" as="geometry" />
        </mxCell>
        <mxCell id="0aRQkGjj-KWWZOeJOGup-5" value="&lt;b&gt;&lt;font style=&quot;font-size: 16px;&quot;&gt;N2+&lt;/font&gt;&lt;/b&gt;" style="text;html=1;align=center;verticalAlign=middle;whiteSpace=wrap;rounded=0;" vertex="1" parent="0aRQkGjj-KWWZOeJOGup-6">
          <mxGeometry x="10" y="11.666666666666668" width="40" height="46.66666666666667" as="geometry" />
        </mxCell>
-         <mxCell id="0aRQkGjj-KWWZOeJOGup-7" style="edgeStyle=orthogonalEdgeStyle;rounded=0;orthogonalLoop=1;jettySize=auto;html=1;exitX=1;exitY=0.25;exitDx=0;exitDy=0;entryX=0;entryY=0.25;entryDx=0;entryDy=0;strokeWidth=2;jumpStyle=arc;" edge="1" parent="1" source="JVLtuT8sySUBbFbLTn6r-74" target="0aRQkGjj-KWWZOeJOGup-5">
+         <mxCell id="0aRQkGjj-KWWZOeJOGup-7" style="edgeStyle=orthogonalEdgeStyle;rounded=0;orthogonalLoop=1;jettySize=auto;html=1;exitX=1;exitY=0.25;exitDx=0;exitDy=0;entryX=0;entryY=0.25;entryDx=0;entryDy=0;strokeWidth=2;jumpStyle=arc;flowAnimation=1;strokeColor=#FF3333;" edge="1" parent="1" source="JVLtuT8sySUBbFbLTn6r-74" target="0aRQkGjj-KWWZOeJOGup-5">
          <mxGeometry relative="1" as="geometry" />
        </mxCell>
        <mxCell id="0aRQkGjj-KWWZOeJOGup-8" style="edgeStyle=orthogonalEdgeStyle;rounded=0;orthogonalLoop=1;jettySize=auto;html=1;exitX=1;exitY=0.75;exitDx=0;exitDy=0;entryX=0;entryY=0.75;entryDx=0;entryDy=0;" edge="1" parent="1" source="JVLtuT8sySUBbFbLTn6r-74" target="0aRQkGjj-KWWZOeJOGup-5">
          <mxGeometry relative="1" as="geometry" />
+         </mxCell>
+         <mxCell id="0aRQkGjj-KWWZOeJOGup-11" value="" style="group" vertex="1" connectable="0" parent="1">
+           <mxGeometry x="830" y="270" width="120" height="60" as="geometry" />
+         </mxCell>
+         <mxCell id="0aRQkGjj-KWWZOeJOGup-9" value="" style="shape=process;whiteSpace=wrap;html=1;backgroundOutline=1;" vertex="1" parent="0aRQkGjj-KWWZOeJOGup-11">
+           <mxGeometry width="120" height="60" as="geometry" />
+         </mxCell>
+         <mxCell id="0aRQkGjj-KWWZOeJOGup-10" value="&lt;b&gt;COMMON&lt;/b&gt;&lt;div&gt;&lt;b&gt;GROUND&lt;/b&gt;&lt;/div&gt;" style="text;html=1;align=center;verticalAlign=middle;whiteSpace=wrap;rounded=0;" vertex="1" parent="0aRQkGjj-KWWZOeJOGup-11">
+           <mxGeometry x="30" y="15" width="60" height="30" as="geometry" />
+         </mxCell>
+         <mxCell id="0aRQkGjj-KWWZOeJOGup-12" value="" style="endArrow=classic;html=1;rounded=0;entryX=0;entryY=0.25;entryDx=0;entryDy=0;strokeWidth=2;strokeColor=#666666;flowAnimation=1;jumpStyle=arc;" edge="1" parent="1" target="0aRQkGjj-KWWZOeJOGup-9">
+           <mxGeometry width="50" height="50" relative="1" as="geometry">
+             <mxPoint x="365" y="215" as="sourcePoint" />
+             <mxPoint x="735" y="340" as="targetPoint" />
+             <Array as="points">
+               <mxPoint x="370" y="285" />
+             </Array>
+           </mxGeometry>
        </mxCell>
      </root>
    </mxGraphModel>
  </diagram>
</mxfile>
